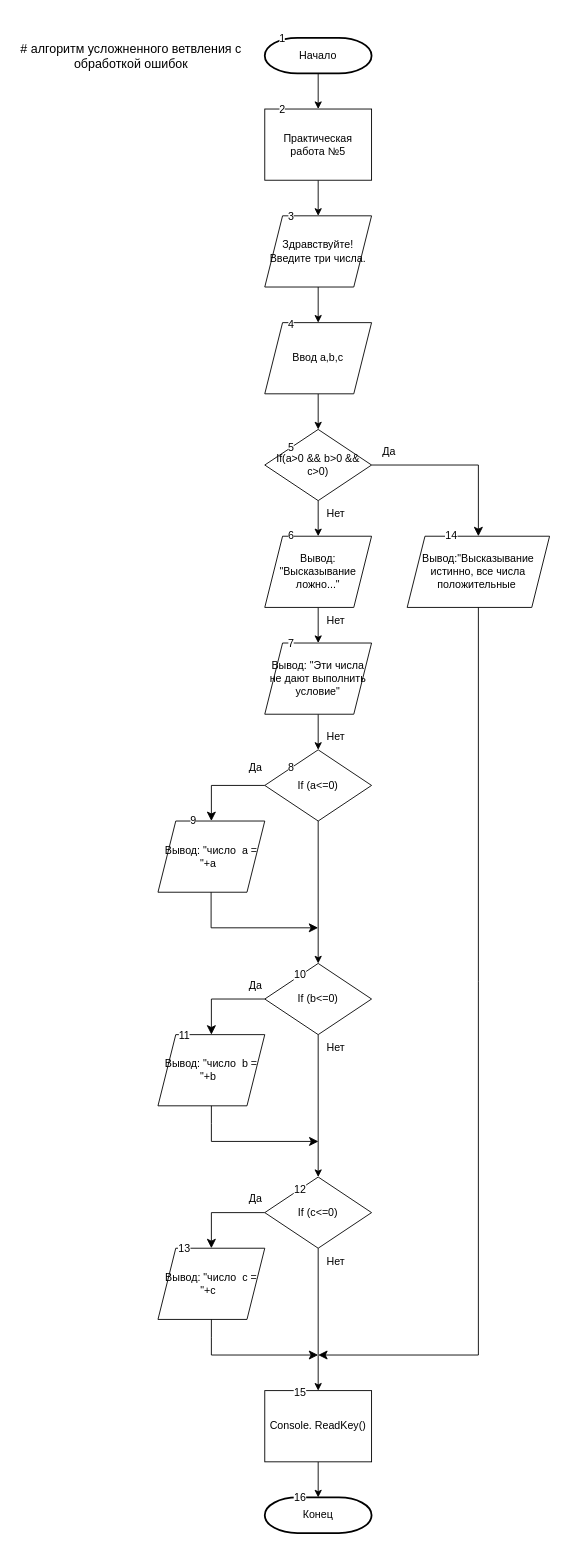
Above: pr5 блок схема .drawio in maxim-matchenko/pr5 (draw.io), before the change. Source tidied: cells renumbered, new cells numbered last; positions are measured from the earlier drawing's top-left corner, leaving out a move shared by most shapes. Both pictures are drawn from the tidied source at 89%, with x=0, y=0 at pixel (15, 15).
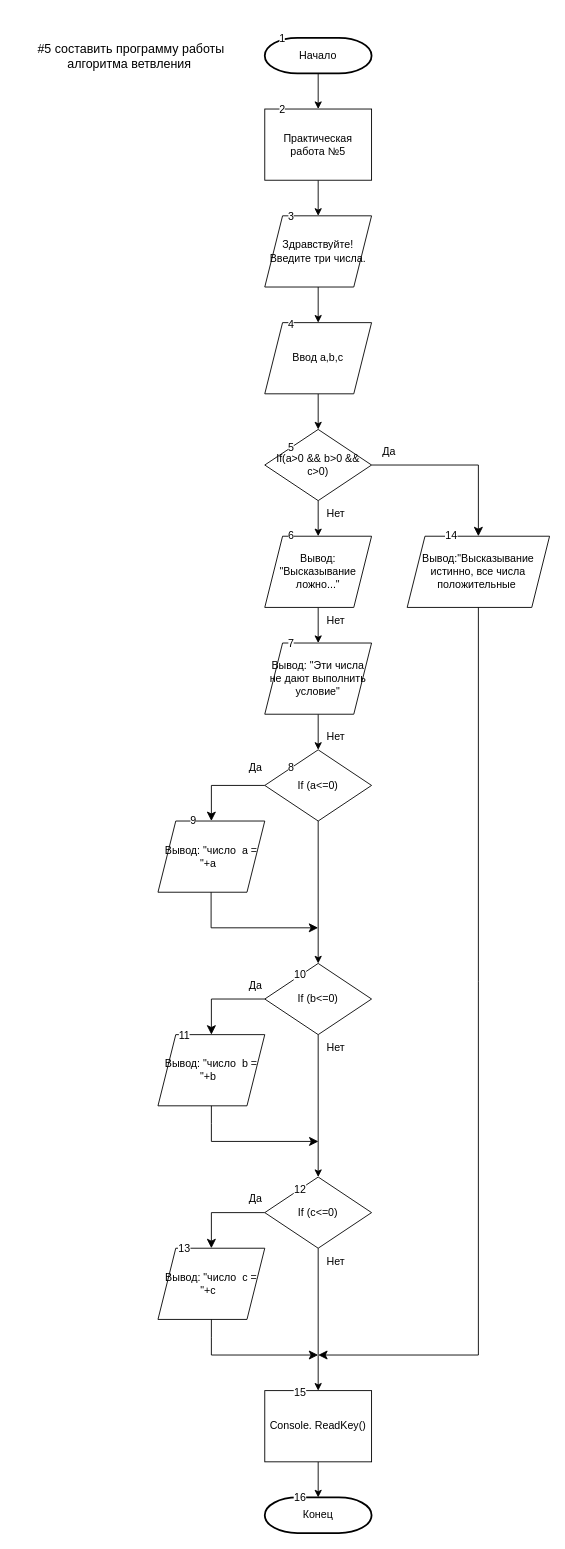
After the change.

What changed in the source:
```diff
@@
-    <mxCell id="62" value="&lt;font style=&quot;font-size: 14px;&quot;&gt;# алгоритм усложненного ветвления с обработкой ошибок&lt;/font&gt;" style="text;html=1;whiteSpace=wrap;strokeColor=none;fillColor=none;align=center;verticalAlign=middle;rounded=0;" parent="1" vertex="1">
+    <mxCell id="62" value="&lt;font style=&quot;&quot;&gt;&lt;span style=&quot;color: rgb(0, 0, 0);&quot;&gt;&lt;font style=&quot;font-size: 14px;&quot; face=&quot;Helvetica&quot;&gt;#5&amp;nbsp;&lt;span style=&quot;background-color: transparent;&quot;&gt;составить программу работы алгоритма ветвления&lt;/span&gt;&lt;/font&gt;&lt;span style=&quot;font-size: 14px; background-color: transparent;&quot;&gt;&amp;nbsp;&lt;/span&gt;&lt;/span&gt;&lt;br&gt;&lt;/font&gt;" style="text;html=1;whiteSpace=wrap;strokeColor=none;fillColor=none;align=center;verticalAlign=middle;rounded=0;" parent="1" vertex="1">
       <mxGeometry width="260" height="90" as="geometry" />
     </mxCell>
```
